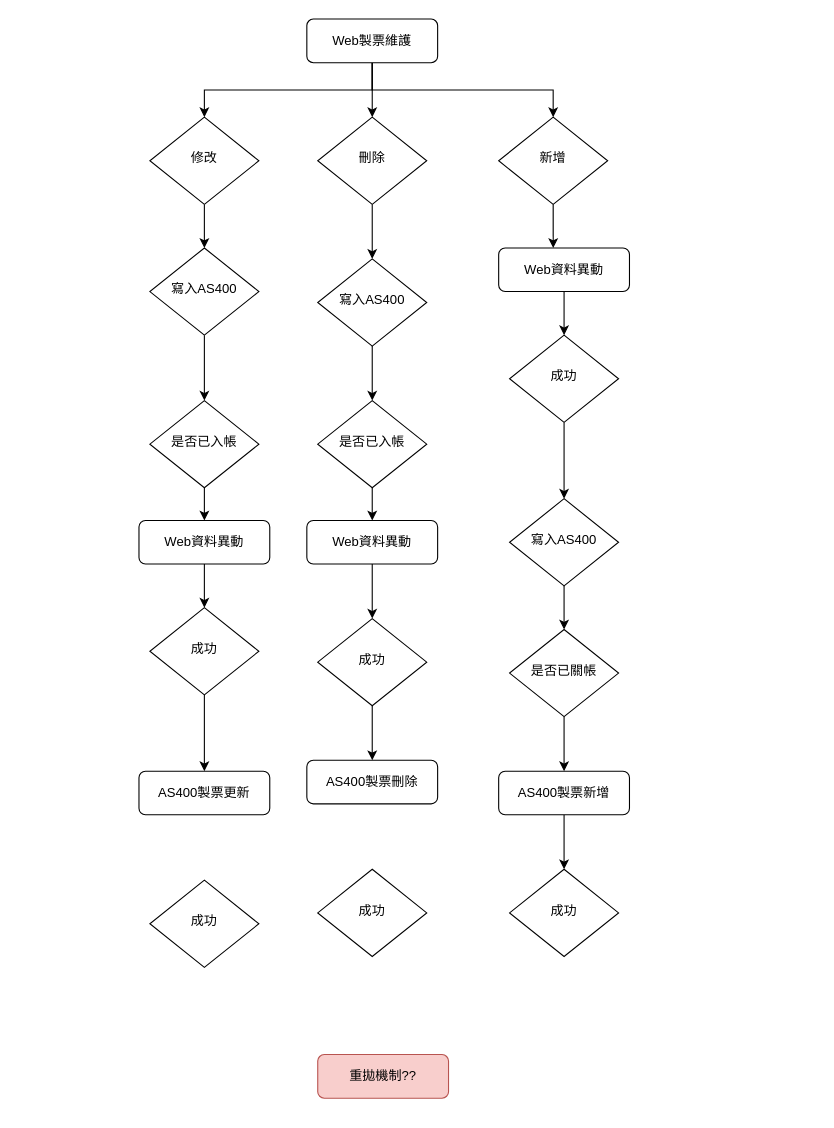
This is 製票維護同步寫入AS400.drawio from Ivychenyh/FlowChart, a draw.io file, before an edit. Source tidied: cells renumbered, new cells numbered last; positions are measured from the earlier drawing's top-left corner, leaving out a move shared by most shapes. Both pictures are drawn from the tidied source at 109%, with x=0, y=0 at pixel (138, 19).
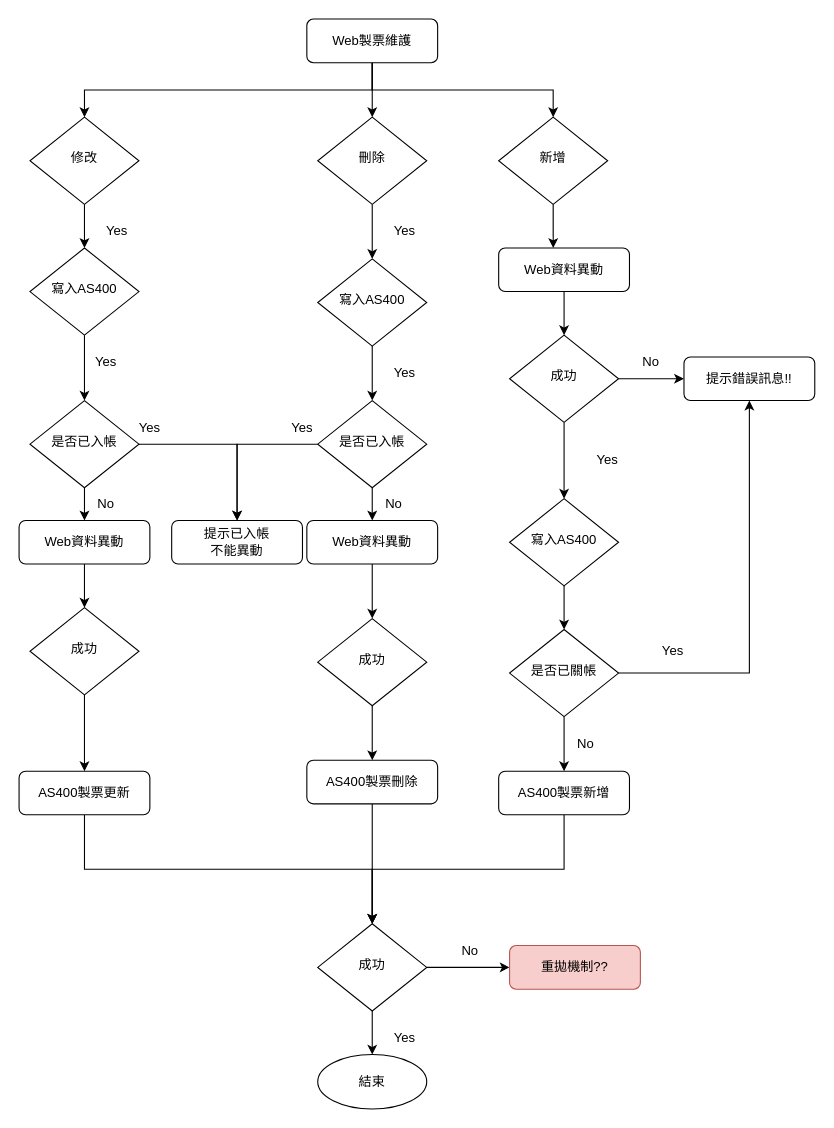
Above is the later version.

Commit message (it also covers changes not shown here):
更新製票維護同步寫入AS400.drawio

Unchanged cells that the change refers to:
```xml
<mxCell id="7" value="AS400製票新增" style="rounded=1;whiteSpace=wrap;html=1;fontSize=12;glass=0;strokeWidth=1;shadow=0;" parent="1" vertex="1">
  <mxGeometry x="330" y="690" width="120" height="40" as="geometry" />
</mxCell>
<mxCell id="15" value="成功" style="rhombus;whiteSpace=wrap;html=1;shadow=0;fontFamily=Helvetica;fontSize=12;align=center;strokeWidth=1;spacing=6;spacingTop=-4;" parent="1" vertex="1">
  <mxGeometry x="340" y="290" width="100" height="80" as="geometry" />
</mxCell>
<mxCell id="23" value="是否已關帳" style="rhombus;whiteSpace=wrap;html=1;shadow=0;fontFamily=Helvetica;fontSize=12;align=center;strokeWidth=1;spacing=6;spacingTop=-4;" parent="1" vertex="1">
  <mxGeometry x="340" y="560" width="100" height="80" as="geometry" />
</mxCell>
<mxCell id="37" value="是否已入帳" style="rhombus;whiteSpace=wrap;html=1;shadow=0;fontFamily=Helvetica;fontSize=12;align=center;strokeWidth=1;spacing=6;spacingTop=-4;" parent="1" vertex="1">
  <mxGeometry x="164" y="350" width="100" height="80" as="geometry" />
</mxCell>
<mxCell id="39" value="AS400製票刪除" style="rounded=1;whiteSpace=wrap;html=1;fontSize=12;glass=0;strokeWidth=1;shadow=0;" parent="1" vertex="1">
  <mxGeometry x="154" y="680" width="120" height="40" as="geometry" />
</mxCell>
```

Change to the diagram source:
```diff
@@
-    <mxCell id="6" style="edgeStyle=orthogonalEdgeStyle;rounded=0;jettySize=auto;html=1;" parent="1" edge="1" source="7" target="40">
+    <mxCell id="6" style="edgeStyle=orthogonalEdgeStyle;rounded=0;jettySize=auto;html=1;exitX=0.5;exitY=1;exitDx=0;exitDy=0;entryX=0.5;entryY=0;entryDx=0;entryDy=0;" parent="1" edge="1" source="7" target="40">
       <mxGeometry relative="1" as="geometry" />
     </mxCell>
@@
     <mxCell id="13" value="成功" style="rhombus;whiteSpace=wrap;html=1;shadow=0;fontFamily=Helvetica;fontSize=12;align=center;strokeWidth=1;spacing=6;spacingTop=-4;" parent="1" vertex="1">
-      <mxGeometry x="10" y="540" width="100" height="80" as="geometry" />
+      <mxGeometry x="-100" y="540" width="100" height="80" as="geometry" />
     </mxCell>
@@
+    <mxCell id="44" style="edgeStyle=orthogonalEdgeStyle;rounded=0;jettySize=auto;html=1;exitX=1;exitY=0.5;exitDx=0;exitDy=0;" parent="1" edge="1" source="15" target="52">
+      <mxGeometry relative="1" as="geometry" />
+    </mxCell>
@@
     <mxCell id="19" value="修改" style="rhombus;whiteSpace=wrap;html=1;shadow=0;fontFamily=Helvetica;fontSize=12;align=center;strokeWidth=1;spacing=6;spacingTop=-4;" parent="1" vertex="1">
-      <mxGeometry x="10" y="90" width="100" height="80" as="geometry" />
+      <mxGeometry x="-100" y="90" width="100" height="80" as="geometry" />
     </mxCell>
@@
+    <mxCell id="45" style="edgeStyle=orthogonalEdgeStyle;rounded=0;jettySize=auto;html=1;entryX=0.5;entryY=1;entryDx=0;entryDy=0;" parent="1" edge="1" source="23" target="52">
+      <mxGeometry relative="1" as="geometry" />
+    </mxCell>
@@
     <mxCell id="25" value="Web資料異動" style="rounded=1;whiteSpace=wrap;html=1;fontSize=12;glass=0;strokeWidth=1;shadow=0;" parent="1" vertex="1">
-      <mxGeometry y="460" width="120" height="40" as="geometry" />
+      <mxGeometry x="-110" y="460" width="120" height="40" as="geometry" />
     </mxCell>
@@
     <mxCell id="27" value="寫入AS400" style="rhombus;whiteSpace=wrap;html=1;shadow=0;fontFamily=Helvetica;fontSize=12;align=center;strokeWidth=1;spacing=6;spacingTop=-4;" parent="1" vertex="1">
-      <mxGeometry x="10" y="210" width="100" height="80" as="geometry" />
+      <mxGeometry x="-100" y="210" width="100" height="80" as="geometry" />
     </mxCell>
@@
+    <mxCell id="46" style="edgeStyle=orthogonalEdgeStyle;rounded=0;jettySize=auto;html=1;exitX=1;exitY=0.5;exitDx=0;exitDy=0;entryX=0.5;entryY=0;entryDx=0;entryDy=0;" parent="1" edge="1" source="29" target="61">
+      <mxGeometry relative="1" as="geometry" />
+    </mxCell>
     <mxCell id="29" value="是否已入帳" style="rhombus;whiteSpace=wrap;html=1;shadow=0;fontFamily=Helvetica;fontSize=12;align=center;strokeWidth=1;spacing=6;spacingTop=-4;" parent="1" vertex="1">
-      <mxGeometry x="10" y="350" width="100" height="80" as="geometry" />
+      <mxGeometry x="-100" y="350" width="100" height="80" as="geometry" />
     </mxCell>
@@
+    <mxCell id="47" style="edgeStyle=orthogonalEdgeStyle;rounded=0;jettySize=auto;html=1;exitX=0;exitY=0.5;exitDx=0;exitDy=0;" parent="1" edge="1" source="37" target="61">
+      <mxGeometry relative="1" as="geometry" />
+    </mxCell>
@@
+    <mxCell id="48" style="edgeStyle=orthogonalEdgeStyle;rounded=0;jettySize=auto;html=1;exitX=0.5;exitY=1;exitDx=0;exitDy=0;entryX=0.5;entryY=0;entryDx=0;entryDy=0;" parent="1" edge="1" source="38" target="40">
+      <mxGeometry relative="1" as="geometry">
+        <Array as="points">
+          <mxPoint x="-50" y="780" />
+          <mxPoint x="214" y="780" />
+        </Array>
+      </mxGeometry>
+    </mxCell>
     <mxCell id="38" value="AS400製票更新" style="rounded=1;whiteSpace=wrap;html=1;fontSize=12;glass=0;strokeWidth=1;shadow=0;" parent="1" vertex="1">
-      <mxGeometry y="690" width="120" height="40" as="geometry" />
+      <mxGeometry x="-110" y="690" width="120" height="40" as="geometry" />
     </mxCell>
+    <mxCell id="49" style="edgeStyle=orthogonalEdgeStyle;rounded=0;jettySize=auto;html=1;exitX=0.5;exitY=1;exitDx=0;exitDy=0;" parent="1" edge="1" source="39" target="40">
+      <mxGeometry relative="1" as="geometry" />
+    </mxCell>
@@
+    <mxCell id="50" style="edgeStyle=orthogonalEdgeStyle;rounded=0;jettySize=auto;html=1;exitX=0.5;exitY=1;exitDx=0;exitDy=0;" parent="1" edge="1" source="40" target="66">
+      <mxGeometry relative="1" as="geometry" />
+    </mxCell>
+    <mxCell id="51" style="edgeStyle=orthogonalEdgeStyle;rounded=0;jettySize=auto;html=1;exitX=1;exitY=0.5;exitDx=0;exitDy=0;" parent="1" edge="1" source="40" target="41">
+      <mxGeometry relative="1" as="geometry" />
+    </mxCell>
     <mxCell id="40" value="成功" style="rhombus;whiteSpace=wrap;html=1;shadow=0;fontFamily=Helvetica;fontSize=12;align=center;strokeWidth=1;spacing=6;spacingTop=-4;" parent="1" vertex="1">
-      <mxGeometry x="340" y="780" width="100" height="80" as="geometry" />
+      <mxGeometry x="164" y="830" width="100" height="80" as="geometry" />
     </mxCell>
     <mxCell id="41" value="重拋機制??" style="rounded=1;whiteSpace=wrap;html=1;fontSize=12;glass=0;strokeWidth=1;shadow=0;fillColor=#f8cecc;strokeColor=#b85450;" parent="1" vertex="1">
-      <mxGeometry x="164" y="950" width="120" height="40" as="geometry" />
+      <mxGeometry x="340" y="850" width="120" height="40" as="geometry" />
     </mxCell>
-    <mxCell id="42" value="成功" style="rhombus;whiteSpace=wrap;html=1;shadow=0;fontFamily=Helvetica;fontSize=12;align=center;strokeWidth=1;spacing=6;spacingTop=-4;" parent="1" vertex="1">
-      <mxGeometry x="10" y="790" width="100" height="80" as="geometry" />
-    </mxCell>
-    <mxCell id="43" value="成功" style="rhombus;whiteSpace=wrap;html=1;shadow=0;fontFamily=Helvetica;fontSize=12;align=center;strokeWidth=1;spacing=6;spacingTop=-4;" parent="1" vertex="1">
-      <mxGeometry x="164" y="780" width="100" height="80" as="geometry" />
-    </mxCell>
+    <mxCell id="52" value="提示錯誤訊息!!" style="rounded=1;whiteSpace=wrap;html=1;fontSize=12;glass=0;strokeWidth=1;shadow=0;" parent="1" vertex="1">
+      <mxGeometry x="500" y="310" width="120" height="40" as="geometry" />
+    </mxCell>
+    <mxCell id="53" value="No" style="text;html=1;strokeColor=none;fillColor=none;align=center;verticalAlign=middle;whiteSpace=wrap;rounded=0;" parent="1" vertex="1">
+      <mxGeometry x="440" y="300" width="60" height="30" as="geometry" />
+    </mxCell>
+    <mxCell id="54" value="Yes" style="text;html=1;strokeColor=none;fillColor=none;align=center;verticalAlign=middle;whiteSpace=wrap;rounded=0;" parent="1" vertex="1">
+      <mxGeometry x="400" y="390" width="60" height="30" as="geometry" />
+    </mxCell>
+    <mxCell id="55" value="Yes" style="text;html=1;strokeColor=none;fillColor=none;align=center;verticalAlign=middle;whiteSpace=wrap;rounded=0;" parent="1" vertex="1">
+      <mxGeometry x="214" y="310" width="60" height="30" as="geometry" />
+    </mxCell>
+    <mxCell id="56" value="Yes" style="text;html=1;strokeColor=none;fillColor=none;align=center;verticalAlign=middle;whiteSpace=wrap;rounded=0;" parent="1" vertex="1">
+      <mxGeometry x="214" y="180" width="60" height="30" as="geometry" />
+    </mxCell>
+    <mxCell id="57" value="Yes" style="text;html=1;strokeColor=none;fillColor=none;align=center;verticalAlign=middle;whiteSpace=wrap;rounded=0;" parent="1" vertex="1">
+      <mxGeometry x="-50" y="180" width="60" height="30" as="geometry" />
+    </mxCell>
+    <mxCell id="58" value="Yes" style="text;html=1;strokeColor=none;fillColor=none;align=center;verticalAlign=middle;whiteSpace=wrap;rounded=0;" parent="1" vertex="1">
+      <mxGeometry x="-60" y="300" width="60" height="30" as="geometry" />
+    </mxCell>
+    <mxCell id="59" value="No" style="text;html=1;strokeColor=none;fillColor=none;align=center;verticalAlign=middle;whiteSpace=wrap;rounded=0;" parent="1" vertex="1">
+      <mxGeometry x="204" y="430" width="60" height="30" as="geometry" />
+    </mxCell>
+    <mxCell id="60" value="No" style="text;html=1;strokeColor=none;fillColor=none;align=center;verticalAlign=middle;whiteSpace=wrap;rounded=0;" parent="1" vertex="1">
+      <mxGeometry x="-60" y="430" width="60" height="30" as="geometry" />
+    </mxCell>
+    <mxCell id="61" value="提示已入帳&lt;br&gt;不能異動" style="rounded=1;whiteSpace=wrap;html=1;fontSize=12;glass=0;strokeWidth=1;shadow=0;" parent="1" vertex="1">
+      <mxGeometry x="30" y="460" width="120" height="40" as="geometry" />
+    </mxCell>
+    <mxCell id="62" value="Yes" style="text;html=1;strokeColor=none;fillColor=none;align=center;verticalAlign=middle;whiteSpace=wrap;rounded=0;" parent="1" vertex="1">
+      <mxGeometry x="120" y="360" width="60" height="30" as="geometry" />
+    </mxCell>
+    <mxCell id="63" value="Yes" style="text;html=1;strokeColor=none;fillColor=none;align=center;verticalAlign=middle;whiteSpace=wrap;rounded=0;" parent="1" vertex="1">
+      <mxGeometry x="-20" y="360" width="60" height="30" as="geometry" />
+    </mxCell>
+    <mxCell id="64" value="No" style="text;html=1;strokeColor=none;fillColor=none;align=center;verticalAlign=middle;whiteSpace=wrap;rounded=0;" parent="1" vertex="1">
+      <mxGeometry x="380" y="650" width="60" height="30" as="geometry" />
+    </mxCell>
+    <mxCell id="65" value="Yes" style="text;html=1;strokeColor=none;fillColor=none;align=center;verticalAlign=middle;whiteSpace=wrap;rounded=0;" parent="1" vertex="1">
+      <mxGeometry x="460" y="565" width="60" height="30" as="geometry" />
+    </mxCell>
+    <mxCell id="66" value="結束" style="ellipse;whiteSpace=wrap;html=1;" parent="1" vertex="1">
+      <mxGeometry x="164" y="950" width="100" height="50" as="geometry" />
+    </mxCell>
+    <mxCell id="67" value="Yes" style="text;html=1;strokeColor=none;fillColor=none;align=center;verticalAlign=middle;whiteSpace=wrap;rounded=0;" parent="1" vertex="1">
+      <mxGeometry x="214" y="920" width="60" height="30" as="geometry" />
+    </mxCell>
+    <mxCell id="68" value="No" style="text;html=1;strokeColor=none;fillColor=none;align=center;verticalAlign=middle;whiteSpace=wrap;rounded=0;" parent="1" vertex="1">
+      <mxGeometry x="273.5" y="840" width="60" height="30" as="geometry" />
+    </mxCell>
```
